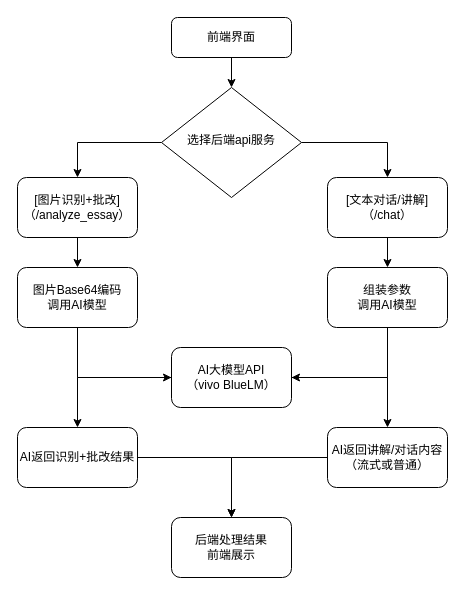
Above: profile/后端流程图.drawio in ElectricMs/202504_AIGC (draw.io), before the change. Source tidied: cells renumbered, new cells numbered last; positions are measured from the earlier drawing's top-left corner, leaving out a move shared by most shapes. Both pictures are drawn from the tidied source at 100%, with x=0, y=0 at pixel (17, 17).
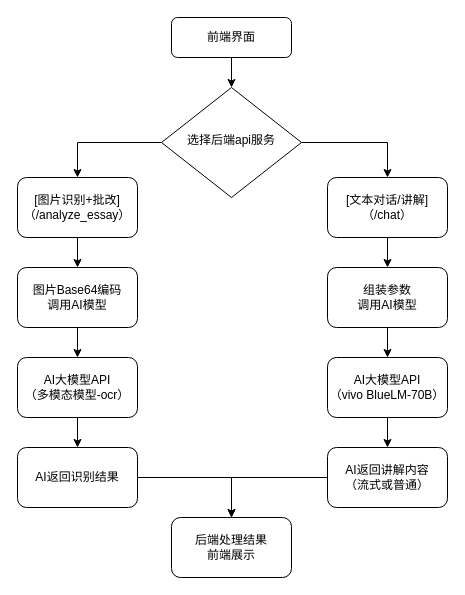
The same page after the edit.

Commit message:
更新后端流程图.drawio

Unchanged cells that the change refers to:
```xml
<mxCell id="12" value="图片Base64编码&lt;div&gt;调用AI模型&lt;/div&gt;" style="rounded=1;whiteSpace=wrap;html=1;" parent="1" vertex="1">
  <mxGeometry y="250" width="120" height="60" as="geometry" />
</mxCell>
<mxCell id="14" value="组装参数&lt;div&gt;调用AI模型&lt;/div&gt;" style="rounded=1;whiteSpace=wrap;html=1;" parent="1" vertex="1">
  <mxGeometry x="310" y="250" width="120" height="60" as="geometry" />
</mxCell>
```

What changed in the source:
```diff
@@
-    <mxCell id="11" style="edgeStyle=orthogonalEdgeStyle;rounded=0;jettySize=auto;html=1;exitX=0.5;exitY=1;exitDx=0;exitDy=0;entryX=0;entryY=0.5;entryDx=0;entryDy=0;" parent="1" edge="1" source="12" target="21">
-      <mxGeometry relative="1" as="geometry" />
-    </mxCell>
+    <mxCell id="23" style="edgeStyle=orthogonalEdgeStyle;rounded=0;jettySize=auto;html=1;entryX=0.5;entryY=0;entryDx=0;entryDy=0;" parent="1" edge="1" source="12" target="25">
+      <mxGeometry relative="1" as="geometry" />
+    </mxCell>
@@
-    <mxCell id="13" style="edgeStyle=orthogonalEdgeStyle;rounded=0;jettySize=auto;html=1;exitX=0.5;exitY=1;exitDx=0;exitDy=0;entryX=1;entryY=0.5;entryDx=0;entryDy=0;" parent="1" edge="1" source="14" target="21">
+    <mxCell id="13" style="edgeStyle=orthogonalEdgeStyle;rounded=0;jettySize=auto;html=1;" parent="1" edge="1" source="14" target="21">
       <mxGeometry relative="1" as="geometry" />
     </mxCell>
@@
-    <mxCell id="16" value="AI返回识别+批改结果" style="rounded=1;whiteSpace=wrap;html=1;" parent="1" vertex="1">
-      <mxGeometry y="410" width="120" height="60" as="geometry" />
+    <mxCell id="16" value="AI返回识别结果" style="rounded=1;whiteSpace=wrap;html=1;" parent="1" vertex="1">
+      <mxGeometry y="430" width="120" height="60" as="geometry" />
     </mxCell>
@@
-    <mxCell id="18" value="AI返回讲解/对话内容（流式或普通）" style="rounded=1;whiteSpace=wrap;html=1;" parent="1" vertex="1">
-      <mxGeometry x="310" y="410" width="120" height="60" as="geometry" />
+    <mxCell id="18" value="AI返回讲解内容&lt;div&gt;（流式或普通）&lt;/div&gt;" style="rounded=1;whiteSpace=wrap;html=1;" parent="1" vertex="1">
+      <mxGeometry x="310" y="430" width="120" height="60" as="geometry" />
     </mxCell>
-    <mxCell id="19" style="edgeStyle=orthogonalEdgeStyle;rounded=0;jettySize=auto;html=1;entryX=0.5;entryY=0;entryDx=0;entryDy=0;" parent="1" edge="1" source="21" target="16">
-      <mxGeometry relative="1" as="geometry" />
-    </mxCell>
-    <mxCell id="20" style="edgeStyle=orthogonalEdgeStyle;rounded=0;jettySize=auto;html=1;" parent="1" edge="1" source="21" target="18">
+    <mxCell id="20" style="edgeStyle=orthogonalEdgeStyle;rounded=0;jettySize=auto;html=1;entryX=0.5;entryY=0;entryDx=0;entryDy=0;" parent="1" edge="1" source="21" target="18">
       <mxGeometry relative="1" as="geometry" />
     </mxCell>
-    <mxCell id="21" value="AI大模型API&lt;div&gt;（vivo BlueLM）&lt;/div&gt;" style="rounded=1;whiteSpace=wrap;html=1;" parent="1" vertex="1">
-      <mxGeometry x="154" y="330" width="120" height="60" as="geometry" />
+    <mxCell id="21" value="AI大模型API&lt;div&gt;（vivo BlueLM-70B）&lt;/div&gt;" style="rounded=1;whiteSpace=wrap;html=1;" parent="1" vertex="1">
+      <mxGeometry x="310" y="340" width="120" height="60" as="geometry" />
     </mxCell>
@@
+    <mxCell id="24" style="edgeStyle=orthogonalEdgeStyle;rounded=0;jettySize=auto;html=1;entryX=0.5;entryY=0;entryDx=0;entryDy=0;" parent="1" edge="1" source="25" target="16">
+      <mxGeometry relative="1" as="geometry" />
+    </mxCell>
+    <mxCell id="25" value="AI大模型API&lt;div&gt;（多模态模型-ocr）&lt;/div&gt;" style="rounded=1;whiteSpace=wrap;html=1;" parent="1" vertex="1">
+      <mxGeometry y="340" width="120" height="60" as="geometry" />
+    </mxCell>
```
